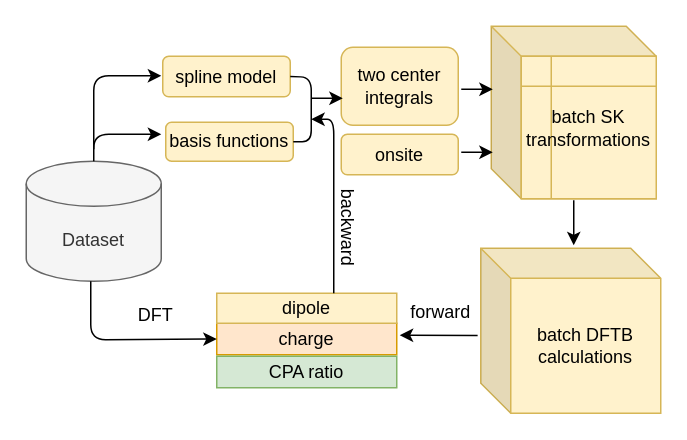
Earlier version of the draw.io diagram Untitled Diagram.drawio (FanGuozheng/dftbpy). Source tidied: cells renumbered, new cells numbered last; positions are measured from the earlier drawing's top-left corner, leaving out a move shared by most shapes. Both pictures are drawn from the tidied source at 150%, with x=0, y=0 at pixel (26, 26).
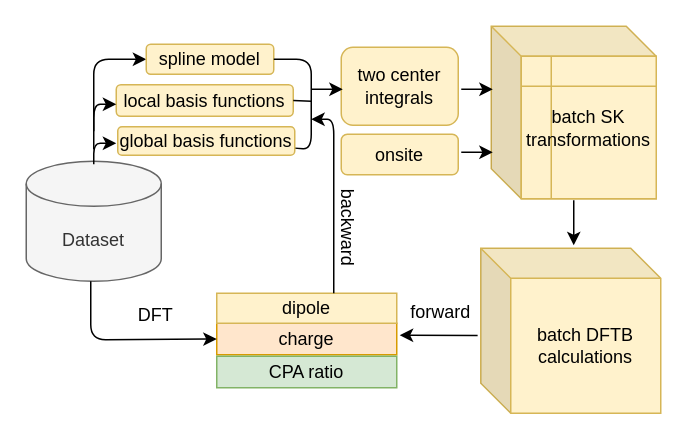
The same diagram, later.

What changed in the source:
```diff
@@
-    <mxCell id="3" value="basis functions" style="rounded=1;whiteSpace=wrap;html=1;fillColor=#fff2cc;strokeColor=#d6b656;" parent="1" vertex="1">
-      <mxGeometry x="93" y="64" width="85" height="26" as="geometry" />
+    <mxCell id="3" value="local basis functions" style="rounded=1;whiteSpace=wrap;html=1;fillColor=#fff2cc;strokeColor=#d6b656;" parent="1" vertex="1">
+      <mxGeometry x="60" y="39" width="118" height="21" as="geometry" />
     </mxCell>
@@
     <mxCell id="10" style="endArrow=classic;html=1;" parent="1" edge="1">
       <mxGeometry relative="1" as="geometry">
-        <mxPoint x="45" y="90" as="sourcePoint" />
-        <mxPoint x="90" y="72" as="targetPoint" />
+        <mxPoint x="45" y="92" as="sourcePoint" />
+        <mxPoint x="60" y="78" as="targetPoint" />
         <Array as="points">
-          <mxPoint x="45" y="72" />
+          <mxPoint x="45" y="78" />
         </Array>
       </mxGeometry>
     </mxCell>
@@
     <mxCell id="18" style="endArrow=classic;html=1;" parent="1" edge="1">
       <mxGeometry relative="1" as="geometry">
         <mxPoint x="45" y="82" as="sourcePoint" />
-        <mxPoint x="90" y="33" as="targetPoint" />
+        <mxPoint x="80" y="22" as="targetPoint" />
         <Array as="points">
-          <mxPoint x="45" y="33" />
+          <mxPoint x="45" y="22" />
         </Array>
       </mxGeometry>
     </mxCell>
     <mxCell id="19" value="spline model" style="rounded=1;whiteSpace=wrap;html=1;fillColor=#fff2cc;strokeColor=#d6b656;" parent="1" vertex="1">
-      <mxGeometry x="91" y="20" width="85" height="27" as="geometry" />
+      <mxGeometry x="80" y="12" width="85" height="20" as="geometry" />
     </mxCell>
-    <mxCell id="20" style="endArrow=none;html=1;entryX=1;entryY=0.5;entryDx=0;entryDy=0;exitX=1;exitY=0.5;exitDx=0;exitDy=0;" parent="1" edge="1" source="3" target="19">
+    <mxCell id="20" style="endArrow=none;html=1;entryX=1;entryY=0.5;entryDx=0;entryDy=0;exitX=1;exitY=0.75;exitDx=0;exitDy=0;" parent="1" edge="1" source="26" target="19">
       <mxGeometry relative="1" as="geometry">
         <Array as="points">
-          <mxPoint x="190" y="77" />
-          <mxPoint x="190" y="62" />
-          <mxPoint x="190" y="34" />
+          <mxPoint x="190" y="82" />
+          <mxPoint x="190" y="22" />
         </Array>
       </mxGeometry>
     </mxCell>
@@
     <mxCell id="22" style="endArrow=classic;html=1;" parent="1" edge="1">
       <mxGeometry relative="1" as="geometry">
-        <mxPoint x="190" y="48" as="sourcePoint" />
-        <mxPoint x="211" y="48" as="targetPoint" />
+        <mxPoint x="190" y="42" as="sourcePoint" />
+        <mxPoint x="211" y="42" as="targetPoint" />
       </mxGeometry>
     </mxCell>
@@
+    <mxCell id="26" value="global basis functions" style="rounded=1;whiteSpace=wrap;html=1;fillColor=#fff2cc;strokeColor=#d6b656;" parent="1" vertex="1">
+      <mxGeometry x="61" y="67" width="118" height="19" as="geometry" />
+    </mxCell>
+    <mxCell id="27" style="endArrow=classic;html=1;" parent="1" edge="1">
+      <mxGeometry relative="1" as="geometry">
+        <mxPoint x="45" y="70" as="sourcePoint" />
+        <mxPoint x="60" y="52" as="targetPoint" />
+        <Array as="points">
+          <mxPoint x="45" y="52" />
+        </Array>
+      </mxGeometry>
+    </mxCell>
+    <mxCell id="28" style="endArrow=none;html=1;rounded=0;exitX=1;exitY=0.5;exitDx=0;exitDy=0;" parent="1" edge="1" source="3">
+      <mxGeometry relative="1" as="geometry">
+        <mxPoint x="190" y="50" as="targetPoint" />
+      </mxGeometry>
+    </mxCell>
```
